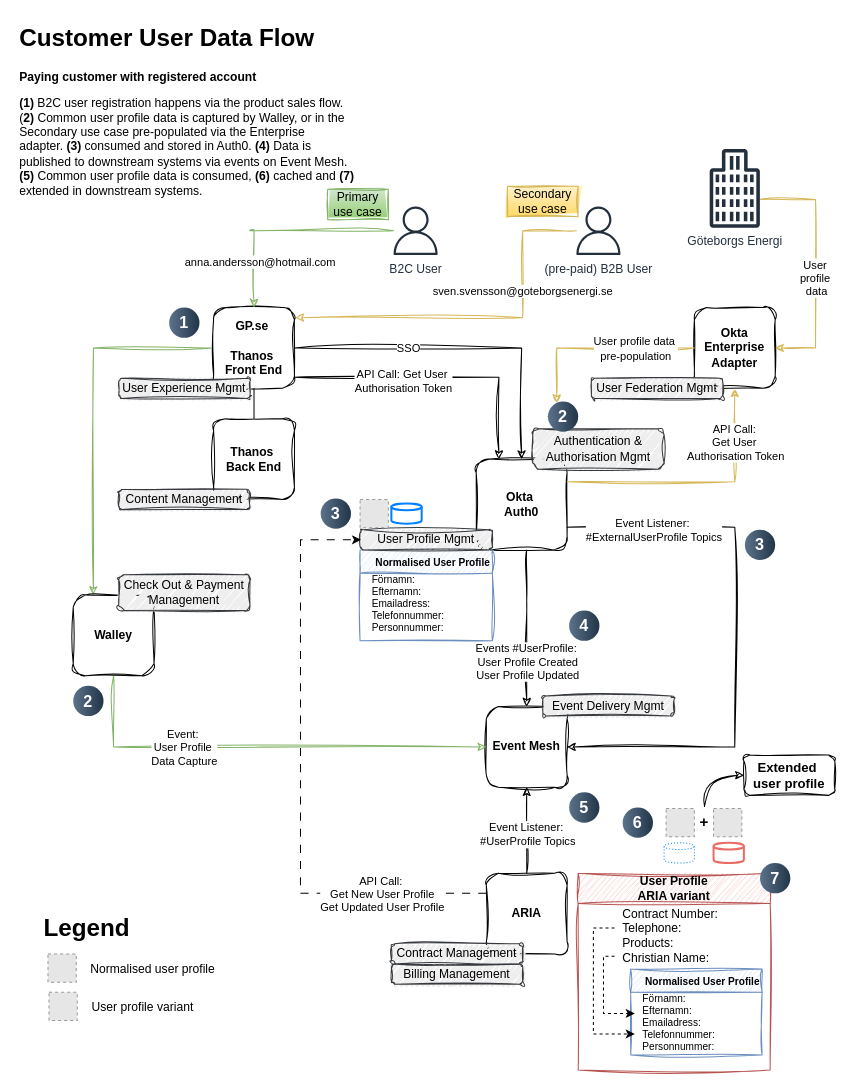
Above: page "Paying customers" (2 of 2) of Customer user data flow - to-be scenario.drawio in SLM-Development/diagrams (draw.io), before the change. Source tidied: cells renumbered, new cells numbered last; positions are measured from the earlier drawing's top-left corner, leaving out a move shared by most shapes. Both pictures are drawn from the tidied source at 101%, with x=0, y=0 at pixel (17, 17). Pictures stored in the file or linked from it are replaced by grey dashed boxes.
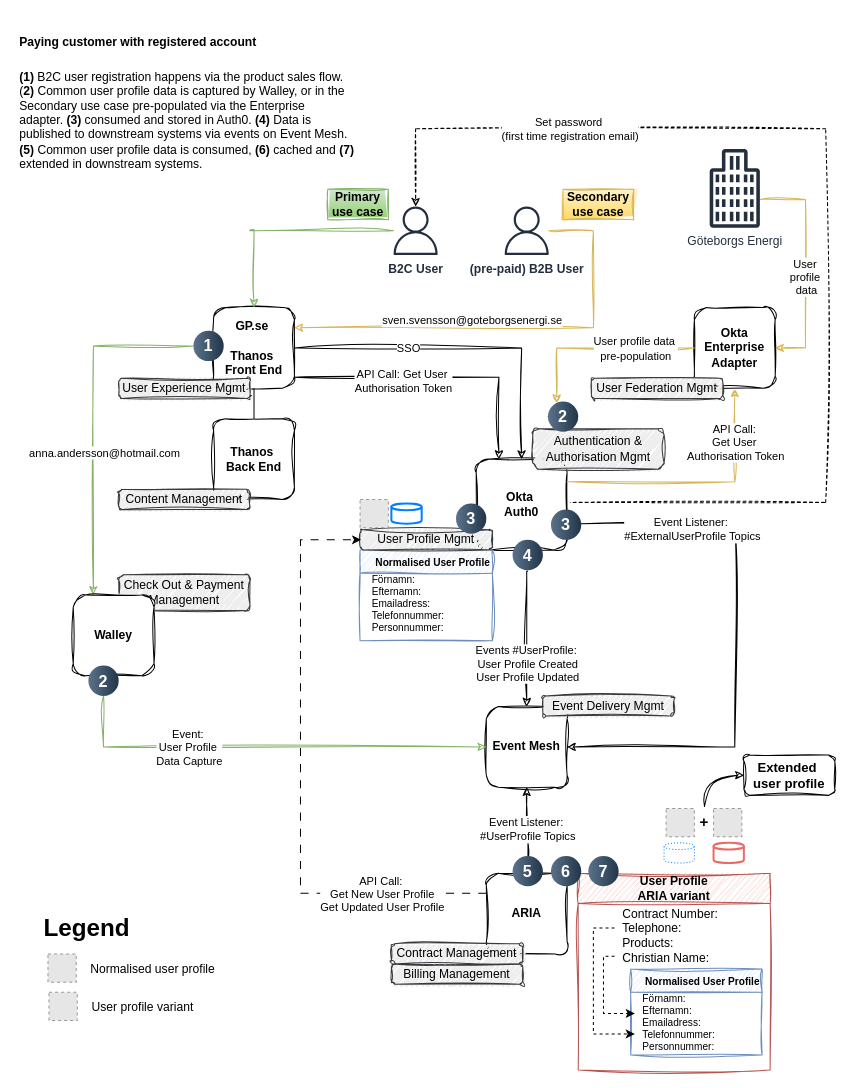
After the change.

The change refers to these unchanged cells:
```xml
<mxCell id="7" value="GP.se&amp;nbsp;&lt;div&gt;&lt;br&gt;&lt;div&gt;Thanos&amp;nbsp;&lt;br&gt;&lt;/div&gt;&lt;div&gt;&lt;div&gt;Front End&lt;/div&gt;&lt;/div&gt;&lt;/div&gt;" style="whiteSpace=wrap;html=1;strokeColor=#000000;fontStyle=1;sketch=1;curveFitting=1;jiggle=2;rounded=1;glass=0;align=center;" parent="1" vertex="1">
  <mxGeometry x="194" y="287" width="80" height="80" as="geometry" />
</mxCell>
<mxCell id="10" value="Okta&amp;nbsp;&lt;div&gt;Auth0&lt;/div&gt;" style="whiteSpace=wrap;html=1;strokeColor=#000000;fontStyle=1;sketch=1;curveFitting=1;jiggle=2;rounded=1;glass=0;" parent="1" vertex="1">
  <mxGeometry x="454" y="437" width="90" height="90" as="geometry" />
</mxCell>
<mxCell id="11" value="ARIA" style="whiteSpace=wrap;html=1;strokeColor=#000000;fontStyle=1;sketch=1;curveFitting=1;jiggle=2;rounded=1;glass=0;" parent="1" vertex="1">
  <mxGeometry x="464" y="847" width="80" height="80" as="geometry" />
</mxCell>
<mxCell id="12" value="Event Mesh" style="whiteSpace=wrap;html=1;strokeColor=#000000;fontStyle=1;sketch=1;curveFitting=1;jiggle=2;rounded=1;glass=0;" parent="1" vertex="1">
  <mxGeometry x="464" y="682" width="80" height="80" as="geometry" />
</mxCell>
<mxCell id="19" value="Okta Enterprise Adapter" style="whiteSpace=wrap;html=1;strokeColor=#000000;fontStyle=1;sketch=1;curveFitting=1;jiggle=2;rounded=1;glass=0;" parent="1" vertex="1">
  <mxGeometry x="670" y="287" width="80" height="80" as="geometry" />
</mxCell>
<mxCell id="40" style="edgeStyle=orthogonalEdgeStyle;rounded=0;jettySize=auto;html=1;entryX=0.5;entryY=0;entryDx=0;entryDy=0;sketch=1;curveFitting=1;jiggle=2;fillColor=#d5e8d4;strokeColor=#82b366;gradientColor=#97d077;" parent="1" edge="1" source="42" target="7">
  <mxGeometry relative="1" as="geometry">
    <Array as="points">
      <mxPoint x="230" y="211" />
      <mxPoint x="230" y="210" />
      <mxPoint x="234" y="210" />
    </Array>
  </mxGeometry>
</mxCell>
<mxCell id="69" value="Göteborgs Energi" style="sketch=0;outlineConnect=0;fontColor=#232F3E;gradientColor=none;fillColor=#232F3D;strokeColor=none;dashed=0;verticalLabelPosition=bottom;verticalAlign=top;align=center;html=1;fontSize=12;fontStyle=0;shape=mxgraph.aws4.office_building;" parent="1" vertex="1">
  <mxGeometry x="685" y="130" width="50" height="78" as="geometry" />
</mxCell>
```

Change to the diagram source:
```diff
@@
+    <mxCell id="83" style="edgeStyle=orthogonalEdgeStyle;rounded=0;jettySize=auto;html=1;exitX=1;exitY=0.5;exitDx=0;exitDy=0;sketch=1;curveFitting=1;jiggle=2;elbow=vertical;dashed=1;" parent="1" edge="1" source="10" target="42">
+      <mxGeometry relative="1" as="geometry">
+        <Array as="points">
+          <mxPoint x="544" y="480" />
+          <mxPoint x="800" y="480" />
+          <mxPoint x="800" y="110" />
+          <mxPoint x="394" y="110" />
+        </Array>
+      </mxGeometry>
+    </mxCell>
+    <mxCell id="84" value="Set password&amp;nbsp;&lt;div&gt;(first time registration email)&lt;/div&gt;" style="edgeLabel;html=1;align=center;verticalAlign=middle;" parent="83" vertex="1">
+      <mxGeometry x="0.56" y="1" relative="1" as="geometry">
+        <mxPoint x="-15" y="-1" as="offset" />
+      </mxGeometry>
+    </mxCell>
@@
-    <mxCell id="4" style="edgeStyle=orthogonalEdgeStyle;rounded=0;jettySize=auto;html=1;exitX=0;exitY=0.5;exitDx=0;exitDy=0;entryX=0.25;entryY=0;entryDx=0;entryDy=0;sketch=1;curveFitting=1;jiggle=2;fillColor=#d5e8d4;strokeColor=#82b366;gradientColor=#97d077;" parent="1" edge="1" source="7" target="60">
+    <mxCell id="4" style="edgeStyle=orthogonalEdgeStyle;rounded=0;jettySize=auto;html=1;exitX=0;exitY=0.5;exitDx=0;exitDy=0;entryX=0.25;entryY=0;entryDx=0;entryDy=0;sketch=1;curveFitting=1;jiggle=2;fillColor=#d5e8d4;strokeColor=#82b366;gradientColor=#97d077;" parent="1" edge="1" source="48" target="60">
       <mxGeometry relative="1" as="geometry" />
     </mxCell>
+    <mxCell id="41" value="anna.andersson@hotmail.com" style="edgeLabel;html=1;align=center;verticalAlign=middle;" parent="4" vertex="1">
+      <mxGeometry x="0.65" y="-1" relative="1" as="geometry">
+        <mxPoint x="11" y="-81" as="offset" />
+      </mxGeometry>
+    </mxCell>
@@
-    <mxCell id="8" style="edgeStyle=orthogonalEdgeStyle;rounded=0;jettySize=auto;html=1;entryX=0.5;entryY=0;entryDx=0;entryDy=0;strokeColor=#000000;sketch=1;curveFitting=1;jiggle=2;" parent="1" edge="1" source="10" target="12">
+    <mxCell id="8" style="edgeStyle=orthogonalEdgeStyle;rounded=0;jettySize=auto;html=1;entryX=0.5;entryY=0;entryDx=0;entryDy=0;strokeColor=#000000;sketch=1;curveFitting=1;jiggle=2;exitX=0.5;exitY=1.033;exitDx=0;exitDy=0;exitPerimeter=0;" parent="1" edge="1" source="51" target="12">
       <mxGeometry relative="1" as="geometry">
         <Array as="points">
-          <mxPoint x="504" y="577" />
-          <mxPoint x="504" y="577" />
+          <mxPoint x="504" y="548" />
         </Array>
       </mxGeometry>
     </mxCell>
     <mxCell id="9" value="Events #UserProfile:&amp;nbsp;&lt;div&gt;User Profile Created&lt;div&gt;User Profile Updated&lt;/div&gt;&lt;/div&gt;" style="edgeLabel;html=1;align=center;verticalAlign=middle;" parent="8" vertex="1">
       <mxGeometry x="-0.48" y="-2" relative="1" as="geometry">
-        <mxPoint x="2" y="70" as="offset" />
+        <mxPoint x="2" y="58" as="offset" />
       </mxGeometry>
     </mxCell>
@@
-    <mxCell id="13" style="edgeStyle=orthogonalEdgeStyle;rounded=0;jettySize=auto;html=1;strokeColor=#000000;exitX=0.5;exitY=0;exitDx=0;exitDy=0;entryX=0.5;entryY=1;entryDx=0;entryDy=0;sketch=1;curveFitting=1;jiggle=2;" parent="1" edge="1" source="11" target="12">
+    <mxCell id="13" style="edgeStyle=orthogonalEdgeStyle;rounded=0;jettySize=auto;html=1;strokeColor=#000000;exitX=0.5;exitY=0.133;exitDx=0;exitDy=0;entryX=0.5;entryY=1;entryDx=0;entryDy=0;sketch=1;curveFitting=1;jiggle=2;exitPerimeter=0;" parent="1" edge="1" source="52" target="12">
       <mxGeometry relative="1" as="geometry" />
     </mxCell>
@@
-    <mxCell id="15" value="sven.svensson@goteborgsenergi.se" style="edgeStyle=orthogonalEdgeStyle;rounded=0;jettySize=auto;html=1;entryX=1.013;entryY=0.125;entryDx=0;entryDy=0;strokeColor=#d6b656;flowAnimation=0;sketch=1;curveFitting=1;jiggle=2;entryPerimeter=0;fillColor=#fff2cc;gradientColor=#ffd966;" parent="1" edge="1" source="43" target="7">
-      <mxGeometry x="-0.38" relative="1" as="geometry">
+    <mxCell id="15" value="sven.svensson@goteborgsenergi.se" style="edgeStyle=orthogonalEdgeStyle;rounded=0;jettySize=auto;html=1;entryX=1;entryY=0.25;entryDx=0;entryDy=0;strokeColor=#d6b656;flowAnimation=0;sketch=1;curveFitting=1;jiggle=2;fillColor=#fff2cc;gradientColor=#ffd966;" parent="1" edge="1" source="43" target="7">
+      <mxGeometry x="0.19" y="-7" relative="1" as="geometry">
         <Array as="points">
-          <mxPoint x="500" y="211" />
-          <mxPoint x="500" y="297" />
+          <mxPoint x="570" y="211" />
+          <mxPoint x="570" y="307" />
         </Array>
       </mxGeometry>
     </mxCell>
@@
-    <mxCell id="41" value="anna.andersson@hotmail.com" style="edgeLabel;html=1;align=center;verticalAlign=middle;" parent="40" vertex="1">
-      <mxGeometry x="-0.51" y="4" relative="1" as="geometry">
-        <mxPoint x="-78" y="26" as="offset" />
-      </mxGeometry>
-    </mxCell>
-    <mxCell id="42" value="B2C User" style="sketch=0;outlineConnect=0;fontColor=#232F3E;gradientColor=none;fillColor=#232F3D;strokeColor=none;dashed=0;verticalLabelPosition=bottom;verticalAlign=top;align=center;html=1;fontSize=12;fontStyle=0;shape=mxgraph.aws4.user;" parent="1" vertex="1">
+    <mxCell id="42" value="B2C User" style="sketch=0;outlineConnect=0;fontColor=#232F3E;gradientColor=none;fillColor=#232F3D;strokeColor=none;dashed=0;verticalLabelPosition=bottom;verticalAlign=top;align=center;html=1;fontSize=12;fontStyle=1;shape=mxgraph.aws4.user;" parent="1" vertex="1">
       <mxGeometry x="370" y="187" width="48" height="48" as="geometry" />
     </mxCell>
-    <mxCell id="43" value="(pre-paid) B2B User" style="sketch=0;outlineConnect=0;fontColor=#232F3E;gradientColor=none;fillColor=#232F3D;strokeColor=none;dashed=0;verticalLabelPosition=bottom;verticalAlign=top;align=center;html=1;fontSize=12;fontStyle=0;shape=mxgraph.aws4.user;" parent="1" vertex="1">
-      <mxGeometry x="551" y="187" width="48" height="48" as="geometry" />
+    <mxCell id="43" value="(pre-paid) B2B User" style="sketch=0;outlineConnect=0;fontColor=#232F3E;gradientColor=none;fillColor=#232F3D;strokeColor=none;dashed=0;verticalLabelPosition=bottom;verticalAlign=top;align=center;html=1;fontSize=12;fontStyle=1;shape=mxgraph.aws4.user;" parent="1" vertex="1">
+      <mxGeometry x="480" y="187" width="48" height="48" as="geometry" />
     </mxCell>
@@
-    <mxCell id="46" value="&lt;h1 style=&quot;margin-top: 0px;&quot;&gt;Customer User Data Flow&lt;/h1&gt;&lt;div&gt;&lt;b&gt;Paying customer with registered account&lt;/b&gt;&lt;/div&gt;&lt;p&gt;&lt;b&gt;(1) &lt;/b&gt;B2C user registration happens via the product sales flow. (&lt;b&gt;2)&lt;/b&gt; Common user profile data is captured by Walley, or in the Secondary use case pre-populated via the Enterprise adapter.&amp;nbsp;&lt;b&gt;(3)&lt;/b&gt;&amp;nbsp;consumed and stored in Auth0. &lt;b&gt;(4)&lt;/b&gt; Data is published to downstream systems via events on Event Mesh. &lt;b&gt;(5)&lt;/b&gt; Common user profile data is consumed, &lt;b&gt;(6)&lt;/b&gt; cached&amp;nbsp;and &lt;b&gt;(7) &lt;/b&gt;extended in downstream systems.&lt;/p&gt;" style="text;html=1;whiteSpace=wrap;overflow=hidden;rounded=0;" parent="1" vertex="1">
+    <mxCell id="46" value="&lt;h1 style=&quot;margin-top: 0px;&quot;&gt;&lt;b style=&quot;font-size: 12px;&quot;&gt;Paying customer with registered account&lt;/b&gt;&lt;br&gt;&lt;/h1&gt;&lt;p&gt;&lt;b&gt;(1) &lt;/b&gt;B2C user registration happens via the product sales flow. (&lt;b&gt;2)&lt;/b&gt; Common user profile data is captured by Walley, or in the Secondary use case pre-populated via the Enterprise adapter.&amp;nbsp;&lt;b&gt;(3)&lt;/b&gt;&amp;nbsp;consumed and stored in Auth0. &lt;b&gt;(4)&lt;/b&gt; Data is published to downstream systems via events on Event Mesh. &lt;b&gt;(5)&lt;/b&gt; Common user profile data is consumed, &lt;b&gt;(6)&lt;/b&gt; cached&amp;nbsp;and &lt;b&gt;(7) &lt;/b&gt;extended in downstream systems.&lt;/p&gt;" style="text;html=1;whiteSpace=wrap;overflow=hidden;rounded=0;" parent="1" vertex="1">
       <mxGeometry width="340" height="180" as="geometry" />
     </mxCell>
@@
-    <mxCell id="48" value="1" style="ellipse;whiteSpace=wrap;html=1;rotation=0;gradientColor=#223548;strokeColor=none;gradientDirection=east;fillColor=#5b738b;rounded=0;fontFamily=Helvetica;fontSize=16;fontColor=#FFFFFF;spacingTop=4;spacingBottom=4;spacingLeft=4;spacingRight=4;points=[];fontStyle=1;" parent="1" vertex="1">
-      <mxGeometry x="150" y="287" width="30" height="30" as="geometry" />
-    </mxCell>
-    <mxCell id="49" value="2" style="ellipse;whiteSpace=wrap;html=1;rotation=0;gradientColor=#223548;strokeColor=none;gradientDirection=east;fillColor=#5b738b;rounded=0;fontFamily=Helvetica;fontSize=16;fontColor=#FFFFFF;spacingTop=4;spacingBottom=4;spacingLeft=4;spacingRight=4;points=[];fontStyle=1;" parent="1" vertex="1">
-      <mxGeometry x="55" y="661.5" width="30" height="30" as="geometry" />
-    </mxCell>
     <mxCell id="50" value="3" style="ellipse;whiteSpace=wrap;html=1;rotation=0;gradientColor=#223548;strokeColor=none;gradientDirection=east;fillColor=#5b738b;rounded=0;fontFamily=Helvetica;fontSize=16;fontColor=#FFFFFF;spacingTop=4;spacingBottom=4;spacingLeft=4;spacingRight=4;fontStyle=1;" parent="1" vertex="1">
-      <mxGeometry x="300" y="476" width="30" height="30" as="geometry" />
+      <mxGeometry x="434" y="481" width="30" height="30" as="geometry" />
     </mxCell>
     <mxCell id="51" value="4" style="ellipse;whiteSpace=wrap;html=1;rotation=0;gradientColor=#223548;strokeColor=none;gradientDirection=east;fillColor=#5b738b;rounded=0;fontFamily=Helvetica;fontSize=16;fontColor=#FFFFFF;spacingTop=4;spacingBottom=4;spacingLeft=4;spacingRight=4;points=[];fontStyle=1;" parent="1" vertex="1">
-      <mxGeometry x="546" y="587" width="30" height="30" as="geometry" />
+      <mxGeometry x="490" y="517" width="30" height="30" as="geometry" />
     </mxCell>
     <mxCell id="52" value="5" style="ellipse;whiteSpace=wrap;html=1;rotation=0;gradientColor=#223548;strokeColor=none;gradientDirection=east;fillColor=#5b738b;rounded=0;fontFamily=Helvetica;fontSize=16;fontColor=#FFFFFF;spacingTop=4;spacingBottom=4;spacingLeft=4;spacingRight=4;points=[];fontStyle=1;" parent="1" vertex="1">
-      <mxGeometry x="546" y="767" width="30" height="30" as="geometry" />
+      <mxGeometry x="490" y="830" width="30" height="30" as="geometry" />
     </mxCell>
@@
-    <mxCell id="57" value="7" style="ellipse;whiteSpace=wrap;html=1;rotation=0;gradientColor=#223548;strokeColor=none;gradientDirection=east;fillColor=#5b738b;rounded=0;fontFamily=Helvetica;fontSize=16;fontColor=#FFFFFF;spacingTop=4;spacingBottom=4;spacingLeft=4;spacingRight=4;fontStyle=1;" parent="1" vertex="1">
-      <mxGeometry x="735" y="837" width="30" height="30" as="geometry" />
-    </mxCell>
-    <mxCell id="58" style="edgeStyle=orthogonalEdgeStyle;rounded=0;jettySize=auto;html=1;entryX=0;entryY=0.5;entryDx=0;entryDy=0;exitX=0.5;exitY=1;exitDx=0;exitDy=0;sketch=1;curveFitting=1;jiggle=2;fillColor=#d5e8d4;strokeColor=#82b366;gradientColor=#97d077;" parent="1" edge="1" source="60" target="12">
+    <mxCell id="58" style="edgeStyle=orthogonalEdgeStyle;rounded=0;jettySize=auto;html=1;entryX=0;entryY=0.5;entryDx=0;entryDy=0;exitX=0.5;exitY=0.983;exitDx=0;exitDy=0;sketch=1;curveFitting=1;jiggle=2;fillColor=#d5e8d4;strokeColor=#82b366;gradientColor=#97d077;exitPerimeter=0;" parent="1" edge="1" source="49" target="12">
       <mxGeometry relative="1" as="geometry" />
     </mxCell>
@@
-    <mxCell id="60" value="Walley" style="whiteSpace=wrap;html=1;strokeColor=#000000;fontStyle=1;sketch=1;curveFitting=1;jiggle=2;rounded=1;glass=0;" parent="1" vertex="1">
-      <mxGeometry x="55" y="571.5" width="80" height="80" as="geometry" />
-    </mxCell>
@@
-    <mxCell id="62" style="edgeStyle=orthogonalEdgeStyle;rounded=0;jettySize=auto;html=1;strokeColor=#000000;exitX=1;exitY=0.75;exitDx=0;exitDy=0;entryX=1;entryY=0.5;entryDx=0;entryDy=0;sketch=1;curveFitting=1;jiggle=2;" parent="1" edge="1" source="10" target="12">
+    <mxCell id="62" style="edgeStyle=orthogonalEdgeStyle;rounded=0;jettySize=auto;html=1;strokeColor=#000000;entryX=1;entryY=0.5;entryDx=0;entryDy=0;sketch=1;curveFitting=1;jiggle=2;exitX=0.967;exitY=0.467;exitDx=0;exitDy=0;exitPerimeter=0;" parent="1" edge="1" source="65" target="12">
       <mxGeometry relative="1" as="geometry">
         <Array as="points">
-          <mxPoint x="710" y="505" />
+          <mxPoint x="710" y="501" />
           <mxPoint x="710" y="722" />
         </Array>
       </mxGeometry>
     </mxCell>
     <mxCell id="63" value="Event Listener:&amp;nbsp;&lt;div&gt;#ExternalUserProfile Topics&lt;/div&gt;" style="edgeLabel;html=1;align=center;verticalAlign=middle;" parent="62" vertex="1">
       <mxGeometry x="0.19" y="-2" relative="1" as="geometry">
-        <mxPoint x="-79" y="-158" as="offset" />
+        <mxPoint x="-41" y="-163" as="offset" />
       </mxGeometry>
     </mxCell>
     <mxCell id="64" value="6" style="ellipse;whiteSpace=wrap;html=1;rotation=0;gradientColor=#223548;strokeColor=none;gradientDirection=east;fillColor=#5b738b;rounded=0;fontFamily=Helvetica;fontSize=16;fontColor=#FFFFFF;spacingTop=4;spacingBottom=4;spacingLeft=4;spacingRight=4;fontStyle=1;" parent="1" vertex="1">
-      <mxGeometry x="599" y="782" width="30" height="30" as="geometry" />
+      <mxGeometry x="528" y="830" width="30" height="30" as="geometry" />
     </mxCell>
-    <mxCell id="65" value="3" style="ellipse;whiteSpace=wrap;html=1;rotation=0;gradientColor=#223548;strokeColor=none;gradientDirection=east;fillColor=#5b738b;rounded=0;fontFamily=Helvetica;fontSize=16;fontColor=#FFFFFF;spacingTop=4;spacingBottom=4;spacingLeft=4;spacingRight=4;points=[];fontStyle=1;" parent="1" vertex="1">
-      <mxGeometry x="720" y="507" width="30" height="30" as="geometry" />
-    </mxCell>
-    <mxCell id="66" value="Primary use case" style="text;html=1;align=center;verticalAlign=middle;whiteSpace=wrap;rounded=0;fillColor=#d5e8d4;strokeColor=#82b366;sketch=1;curveFitting=1;jiggle=2;fillStyle=auto;gradientColor=#97d077;" parent="1" vertex="1">
+    <mxCell id="66" value="Primary use case" style="text;html=1;align=center;verticalAlign=middle;whiteSpace=wrap;rounded=0;fillColor=#d5e8d4;strokeColor=#82b366;sketch=1;curveFitting=1;jiggle=2;fillStyle=auto;gradientColor=#97d077;fontStyle=1;" parent="1" vertex="1">
       <mxGeometry x="307" y="170" width="60" height="30" as="geometry" />
     </mxCell>
     <mxCell id="67" style="edgeStyle=orthogonalEdgeStyle;rounded=0;jettySize=auto;html=1;entryX=1;entryY=0.5;entryDx=0;entryDy=0;fillColor=#fff2cc;strokeColor=#d6b656;sketch=1;curveFitting=1;jiggle=2;gradientColor=#ffd966;" parent="1" edge="1" source="69" target="19">
       <mxGeometry relative="1" as="geometry">
         <Array as="points">
-          <mxPoint x="790" y="180" />
-          <mxPoint x="790" y="327" />
+          <mxPoint x="780" y="180" />
+          <mxPoint x="780" y="327" />
         </Array>
       </mxGeometry>
     </mxCell>
@@
-    <mxCell id="78" value="Secondary use case" style="text;html=1;align=center;verticalAlign=middle;whiteSpace=wrap;rounded=0;fillColor=#fff2cc;strokeColor=#d6b656;sketch=1;curveFitting=1;jiggle=2;fillStyle=auto;labelBackgroundColor=none;labelBorderColor=none;gradientColor=#ffd966;" parent="1" vertex="1">
-      <mxGeometry x="485" y="167" width="70" height="30" as="geometry" />
+    <mxCell id="78" value="Secondary use case" style="text;html=1;align=center;verticalAlign=middle;whiteSpace=wrap;rounded=0;fillColor=#fff2cc;strokeColor=#d6b656;sketch=1;curveFitting=1;jiggle=2;fillStyle=auto;labelBackgroundColor=none;labelBorderColor=none;gradientColor=#ffd966;fontStyle=1;" parent="1" vertex="1">
+      <mxGeometry x="540" y="170" width="70" height="30" as="geometry" />
     </mxCell>
@@
+    <mxCell id="65" value="3" style="ellipse;whiteSpace=wrap;html=1;rotation=0;gradientColor=#223548;strokeColor=none;gradientDirection=east;fillColor=#5b738b;rounded=0;fontFamily=Helvetica;fontSize=16;fontColor=#FFFFFF;spacingTop=4;spacingBottom=4;spacingLeft=4;spacingRight=4;points=[];fontStyle=1;" parent="1" vertex="1">
+      <mxGeometry x="528" y="487" width="30" height="30" as="geometry" />
+    </mxCell>
+    <mxCell id="60" value="Walley" style="whiteSpace=wrap;html=1;strokeColor=#000000;fontStyle=1;sketch=1;curveFitting=1;jiggle=2;rounded=1;glass=0;" parent="1" vertex="1">
+      <mxGeometry x="55" y="571.5" width="80" height="80" as="geometry" />
+    </mxCell>
+    <mxCell id="49" value="2" style="ellipse;whiteSpace=wrap;html=1;rotation=0;gradientColor=#223548;strokeColor=none;gradientDirection=east;fillColor=#5b738b;rounded=0;fontFamily=Helvetica;fontSize=16;fontColor=#FFFFFF;spacingTop=4;spacingBottom=4;spacingLeft=4;spacingRight=4;points=[];fontStyle=1;" parent="1" vertex="1">
+      <mxGeometry x="70" y="641.5" width="30" height="30" as="geometry" />
+    </mxCell>
+    <mxCell id="85" style="edgeStyle=orthogonalEdgeStyle;rounded=0;jettySize=auto;html=1;exitX=0;exitY=0.5;exitDx=0;exitDy=0;entryX=0.25;entryY=0;entryDx=0;entryDy=0;sketch=1;curveFitting=1;jiggle=2;fillColor=#d5e8d4;strokeColor=#82b366;gradientColor=#97d077;" parent="1" edge="1" source="7" target="48">
+      <mxGeometry relative="1" as="geometry" />
+    </mxCell>
+    <mxCell id="48" value="1" style="ellipse;whiteSpace=wrap;html=1;rotation=0;gradientColor=#223548;strokeColor=none;gradientDirection=east;fillColor=#5b738b;rounded=0;fontFamily=Helvetica;fontSize=16;fontColor=#FFFFFF;spacingTop=4;spacingBottom=4;spacingLeft=4;spacingRight=4;points=[];fontStyle=1;" parent="1" vertex="1">
+      <mxGeometry x="174" y="310" width="30" height="30" as="geometry" />
+    </mxCell>
+    <mxCell id="57" value="7" style="ellipse;whiteSpace=wrap;html=1;rotation=0;gradientColor=#223548;strokeColor=none;gradientDirection=east;fillColor=#5b738b;rounded=0;fontFamily=Helvetica;fontSize=16;fontColor=#FFFFFF;spacingTop=4;spacingBottom=4;spacingLeft=4;spacingRight=4;fontStyle=1;" parent="1" vertex="1">
+      <mxGeometry x="565" y="830" width="30" height="30" as="geometry" />
+    </mxCell>
```
